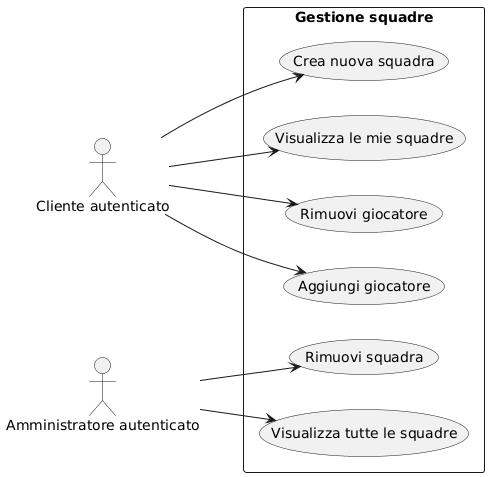
Above: Doc/4)Diagrammi/Casi d'Uso/Gestione squadre.png in DavidePortesani/PlayFieldTech (PlantUML), before the change. Its diagram source:
```plantuml
@startuml
left to right direction
skinparam packageStyle rectangle

actor "Cliente autenticato" as C
actor "Amministratore autenticato" as A

rectangle "Gestione squadre" {
  usecase "Visualizza le mie squadre" as UC_Vis
  usecase "Crea nuova squadra" as UC_Crea
  usecase "Aggiungi giocatore" as UC_Add
  usecase "Rimuovi giocatore" as UC_Rem
  usecase "Visualizza tutte le squadre" as UC_VisAll
  usecase "Rimuovi squadra" as UC_RemSq
}

C --> UC_Vis
C --> UC_Crea
C --> UC_Add
C --> UC_Rem

A --> UC_VisAll
A --> UC_RemSq
@enduml
```
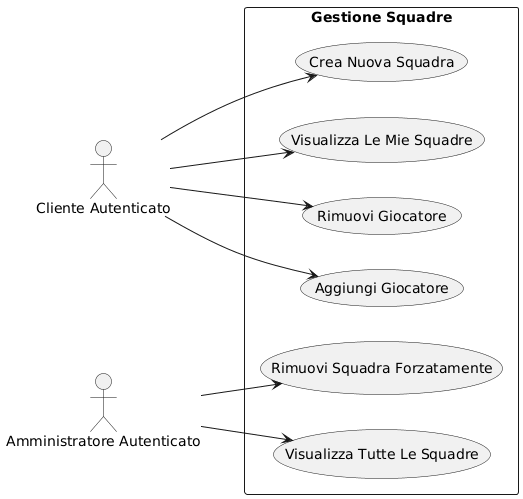
Later version of the same file.

Commit message:
Fine diagrammi di sequenza e modifica diagrammi casi d'uso

Change to the diagram source:
```diff
@@ -2,16 +2,16 @@
 left to right direction
 skinparam packageStyle rectangle
 
-actor "Cliente autenticato" as C
-actor "Amministratore autenticato" as A
+actor "Cliente Autenticato" as C
+actor "Amministratore Autenticato" as A
 
-rectangle "Gestione squadre" {
-  usecase "Visualizza le mie squadre" as UC_Vis
-  usecase "Crea nuova squadra" as UC_Crea
-  usecase "Aggiungi giocatore" as UC_Add
-  usecase "Rimuovi giocatore" as UC_Rem
-  usecase "Visualizza tutte le squadre" as UC_VisAll
-  usecase "Rimuovi squadra" as UC_RemSq
+rectangle "Gestione Squadre" {
+  usecase "Visualizza Le Mie Squadre" as UC_Vis
+  usecase "Crea Nuova Squadra" as UC_Crea
+  usecase "Aggiungi Giocatore" as UC_Add
+  usecase "Rimuovi Giocatore" as UC_Rem
+  usecase "Visualizza Tutte Le Squadre" as UC_VisAll
+  usecase "Rimuovi Squadra Forzatamente" as UC_RemSq
 }
 
 C --> UC_Vis
```
